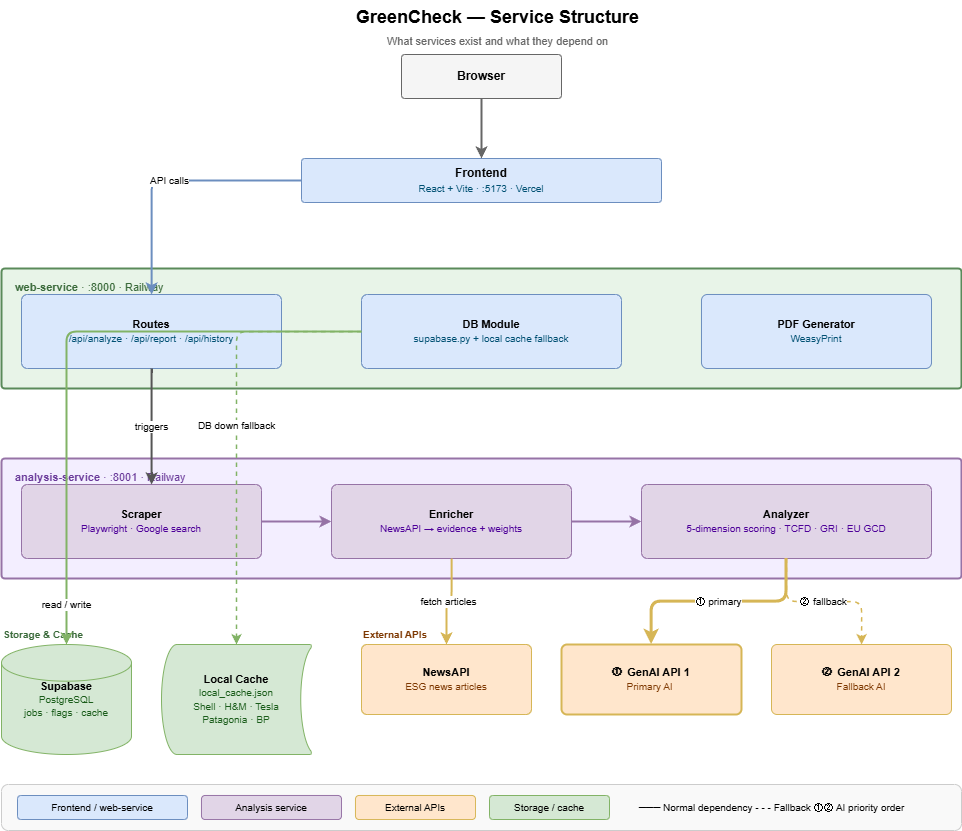
This is docs/greencheck-structure.png from pd-a11y/greenwashing-detector, a draw.io export, as it was before one commit. Source tidied: cells renumbered, new cells last; positions are measured from the earlier drawing's top-left corner, leaving out a move shared by most shapes.
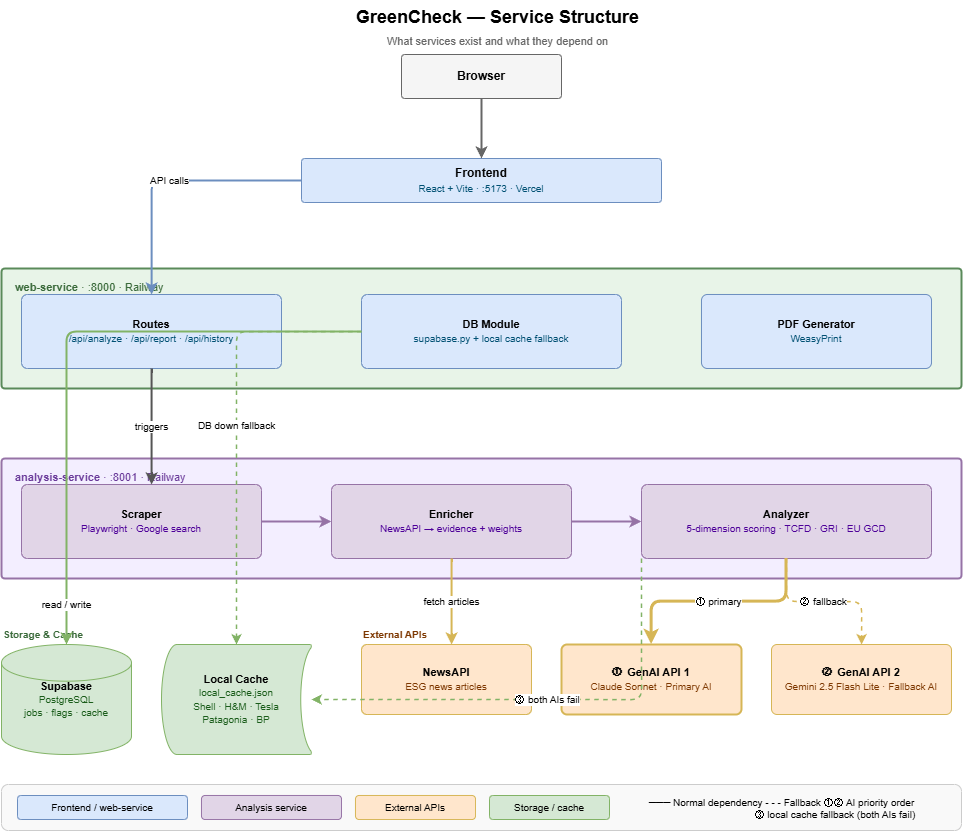
Later version of the same file.

Commit message:
docs: update arch diagram, add loading page screenshot

The edit, as a diff of the source:
```diff
@@ -79,10 +79,10 @@
     <mxCell id="25" value="&lt;b&gt;NewsAPI&lt;/b&gt;&lt;br&gt;&lt;font style='font-size:10px' color='#7d3700'&gt;ESG news articles&lt;/font&gt;" style="rounded=1;whiteSpace=wrap;html=1;fillColor=#ffe6cc;strokeColor=#d6b656;fontSize=11;arcSize=8;" parent="1" vertex="1">
       <mxGeometry x="360" y="644" width="170" height="70" as="geometry" />
     </mxCell>
-    <mxCell id="26" value="&lt;b&gt;① GenAI API 1&lt;/b&gt;&lt;div&gt;&lt;font style=&quot;font-size: 10px;&quot; color=&quot;#7d3700&quot;&gt;Primary AI&amp;nbsp;&lt;/font&gt;&lt;/div&gt;" style="rounded=1;whiteSpace=wrap;html=1;fillColor=#ffe6cc;strokeColor=#d6b656;fontSize=11;arcSize=8;strokeWidth=2;" parent="1" vertex="1">
+    <mxCell id="26" value="&lt;b&gt;① GenAI API 1&lt;/b&gt;&lt;div&gt;&lt;font style=&quot;font-size: 10px;&quot; color=&quot;#7d3700&quot;&gt;Claude Sonnet · Primary AI&lt;/font&gt;&lt;/div&gt;" style="rounded=1;whiteSpace=wrap;html=1;fillColor=#ffe6cc;strokeColor=#d6b656;fontSize=11;arcSize=8;strokeWidth=2;" parent="1" vertex="1">
       <mxGeometry x="560" y="644" width="180" height="70" as="geometry" />
     </mxCell>
-    <mxCell id="27" value="&lt;b&gt;② GenAI API 2&lt;/b&gt;&lt;div&gt;&lt;font style=&quot;font-size: 10px;&quot; color=&quot;#7d3700&quot;&gt;Fallback AI&lt;/font&gt;&lt;/div&gt;" style="rounded=1;whiteSpace=wrap;html=1;fillColor=#ffe6cc;strokeColor=#d6b656;fontSize=11;arcSize=8;strokeDasharray=5 3;" parent="1" vertex="1">
+    <mxCell id="27" value="&lt;b&gt;② GenAI API 2&lt;/b&gt;&lt;div&gt;&lt;font style=&quot;font-size: 10px;&quot; color=&quot;#7d3700&quot;&gt;Gemini 2.5 Flash Lite · Fallback AI&lt;/font&gt;&lt;/div&gt;" style="rounded=1;whiteSpace=wrap;html=1;fillColor=#ffe6cc;strokeColor=#d6b656;fontSize=11;arcSize=8;strokeDasharray=5 3;" parent="1" vertex="1">
       <mxGeometry x="770" y="644" width="180" height="70" as="geometry" />
     </mxCell>
     <mxCell id="28" value="read / write" style="edgeStyle=orthogonalEdgeStyle;html=1;strokeColor=#82b366;strokeWidth=2;fontSize=10;" parent="1" edge="1" source="10" target="22">
@@ -92,7 +92,12 @@
       <mxGeometry relative="1" as="geometry" />
     </mxCell>
     <mxCell id="30" value="fetch articles" style="edgeStyle=orthogonalEdgeStyle;html=1;strokeColor=#d6b656;strokeWidth=2;fontSize=10;" parent="1" edge="1" source="16" target="25">
-      <mxGeometry relative="1" as="geometry" />
+      <mxGeometry relative="1" as="geometry">
+        <Array as="points">
+          <mxPoint x="450" y="624" />
+          <mxPoint x="450" y="624" />
+        </Array>
+      </mxGeometry>
     </mxCell>
     <mxCell id="31" value="① primary" style="edgeStyle=orthogonalEdgeStyle;html=1;strokeColor=#d6b656;strokeWidth=3;fontSize=10;" parent="1" edge="1" source="17" target="26">
       <mxGeometry relative="1" as="geometry" />
@@ -115,8 +120,11 @@
     <mxCell id="37" value="Storage / cache" style="rounded=1;whiteSpace=wrap;html=1;fillColor=#d5e8d4;strokeColor=#82b366;fontSize=10;" parent="1" vertex="1">
       <mxGeometry x="488" y="795" width="120" height="24" as="geometry" />
     </mxCell>
-    <mxCell id="38" value="─── Normal dependency     - - - Fallback     ①② AI priority order" style="text;html=1;strokeColor=none;fillColor=none;fontSize=10;align=left;" parent="1" vertex="1">
-      <mxGeometry x="636" y="795" width="324" height="16" as="geometry" />
+    <mxCell id="38" value="─── Normal dependency     - - - Fallback     ①② AI priority order&amp;nbsp;&lt;div&gt;&amp;nbsp; &amp;nbsp; &amp;nbsp; &amp;nbsp; &amp;nbsp; &amp;nbsp; &amp;nbsp; &amp;nbsp; &amp;nbsp; &amp;nbsp; &amp;nbsp; &amp;nbsp; &amp;nbsp; &amp;nbsp; &amp;nbsp; &amp;nbsp; &amp;nbsp; &amp;nbsp; &amp;nbsp; ③ local cache fallback (both AIs fail)&lt;/div&gt;" style="text;html=1;strokeColor=none;fillColor=none;fontSize=10;align=left;" parent="1" vertex="1">
+      <mxGeometry x="646" y="790" width="324" height="16" as="geometry" />
     </mxCell>
+    <mxCell id="39" value="③ both AIs fail" style="edgeStyle=orthogonalEdgeStyle;html=1;strokeColor=#82b366;strokeWidth=1.5;dashed=1;fontSize=10;entryX=1;entryY=0.5;entryDx=0;entryDy=0;exitX=0;exitY=1;exitDx=0;exitDy=0;" parent="1" edge="1" source="17" target="23">
+      <mxGeometry relative="1" as="geometry" />
+    </mxCell>
   </root>
 </mxGraphModel>
```
